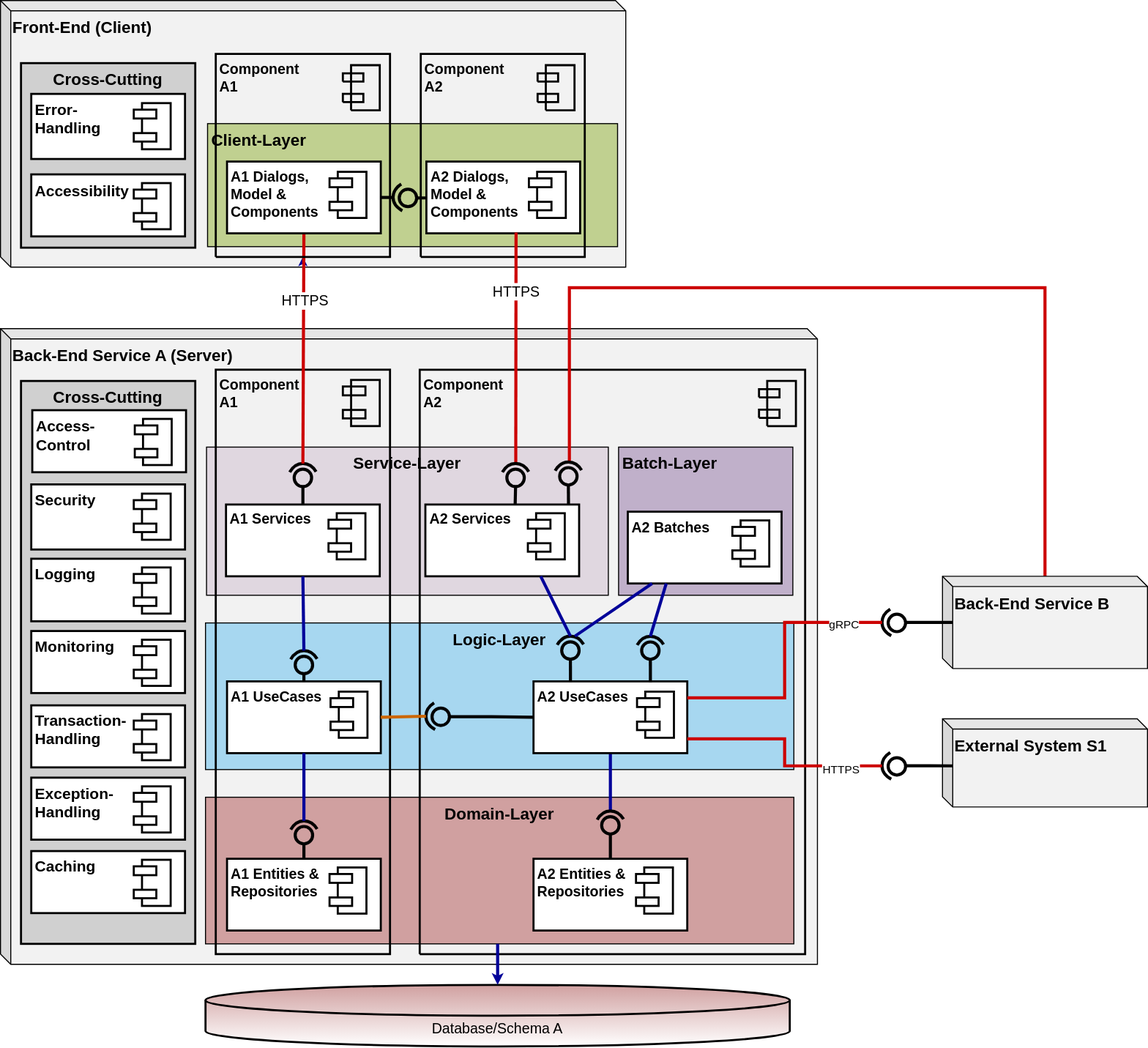
Before: docs/java/current/_images/t-architecture_layered_architecture.drawio.svg, a diagram exported from draw.io (devonfw/devonfw.github.io). Source tidied: cells renumbered, new cells last; positions are measured from the earlier drawing's top-left corner, leaving out a move shared by most shapes.
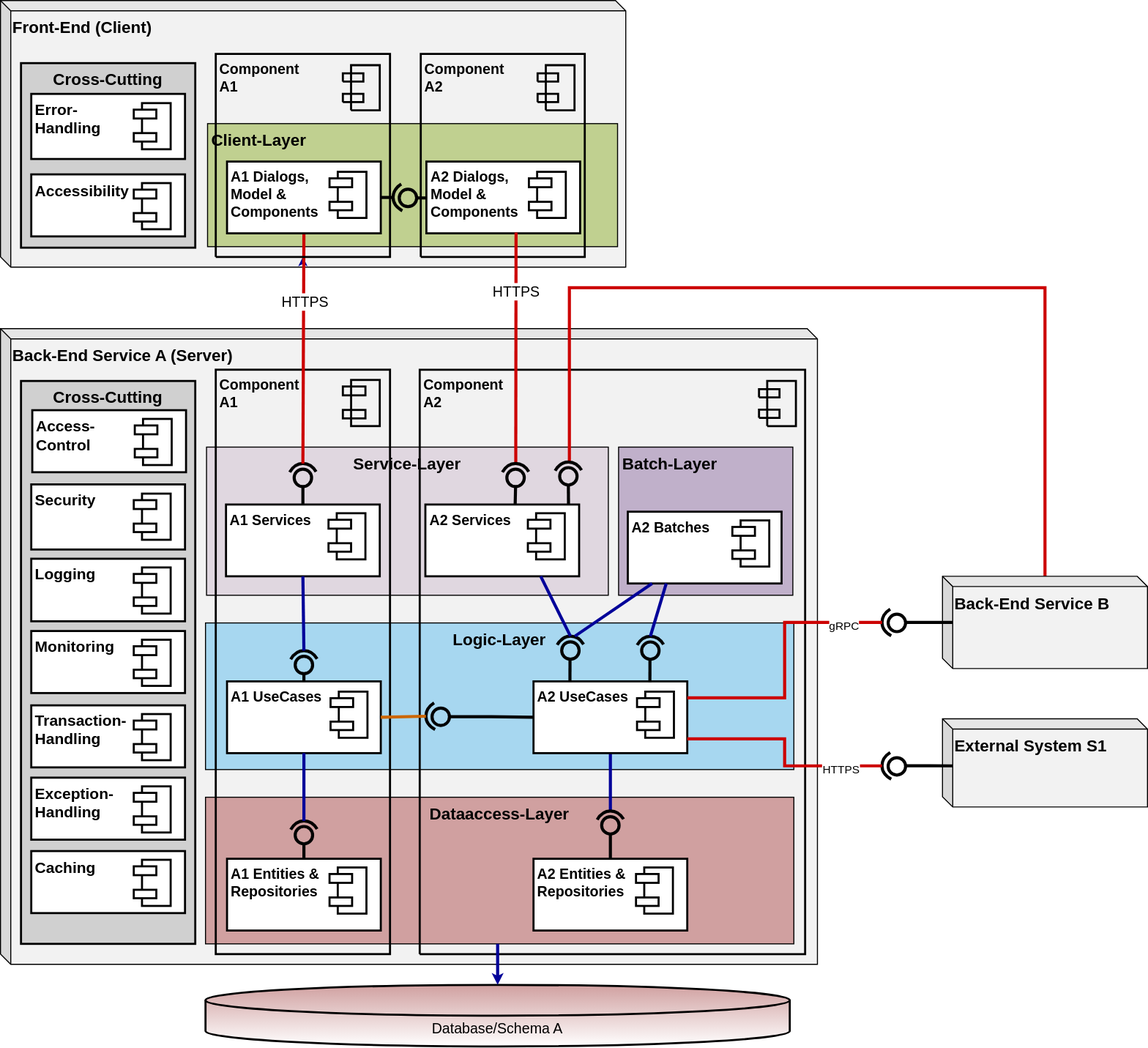
The same file after the commit.

Diff of the diagram source:
```diff
@@ -14,7 +14,7 @@
     <mxCell id="5" value="&lt;font style=&quot;font-size: 16px&quot;&gt;&lt;b&gt;Logic-Layer&lt;/b&gt;&lt;/font&gt;" style="rounded=0;whiteSpace=wrap;html=1;strokeColor=#000000;strokeWidth=1;fontFamily=Helvetica;fontSize=14;align=center;verticalAlign=top;fillColor=#A7D7F0;" parent="1" vertex="1">
       <mxGeometry x="200" y="607" width="574" height="143" as="geometry" />
     </mxCell>
-    <mxCell id="6" value="&lt;b style=&quot;font-family: &amp;#34;arial&amp;#34; ; font-size: 16px&quot;&gt;Domain-Layer&lt;/b&gt;" style="rounded=0;whiteSpace=wrap;html=1;strokeColor=#000000;strokeWidth=1;fontFamily=Helvetica;fontSize=14;align=center;verticalAlign=top;fillColor=#D0A0A0;" parent="1" vertex="1">
+    <mxCell id="6" value="&lt;b style=&quot;font-family: &amp;quot;arial&amp;quot; ; font-size: 16px&quot;&gt;Dataaccess-Layer&lt;/b&gt;" style="rounded=0;whiteSpace=wrap;html=1;strokeColor=#000000;strokeWidth=1;fontFamily=Helvetica;fontSize=14;align=center;verticalAlign=top;fillColor=#D0A0A0;" parent="1" vertex="1">
       <mxGeometry x="200" y="777" width="574" height="143" as="geometry" />
     </mxCell>
     <mxCell id="7" value="&lt;p style=&quot;align:left;margin-left:0;margin-right:0;margin-top:0px;margin-bottom:0px;text-indent:0;valign:top;direction:ltr;&quot;&gt;&lt;font style=&quot;font-size:14px;font-family:Arial;color:#000000;direction:ltr;letter-spacing:0px;line-height:120%;opacity:1&quot;&gt;&lt;span&gt;Component &lt;br&gt;A2&lt;br&gt;&lt;/span&gt;&lt;/font&gt;&lt;/p&gt;" style="verticalAlign=top;align=left;vsdxID=431;fillColor=none;gradientColor=none;shape=(stored shape, 160 characters);strokeColor=#000000;strokeWidth=2;labelBackgroundColor=none;rounded=0;html=1;whiteSpace=wrap;spacingLeft=2;fontStyle=1;" parent="1" vertex="1">
```
